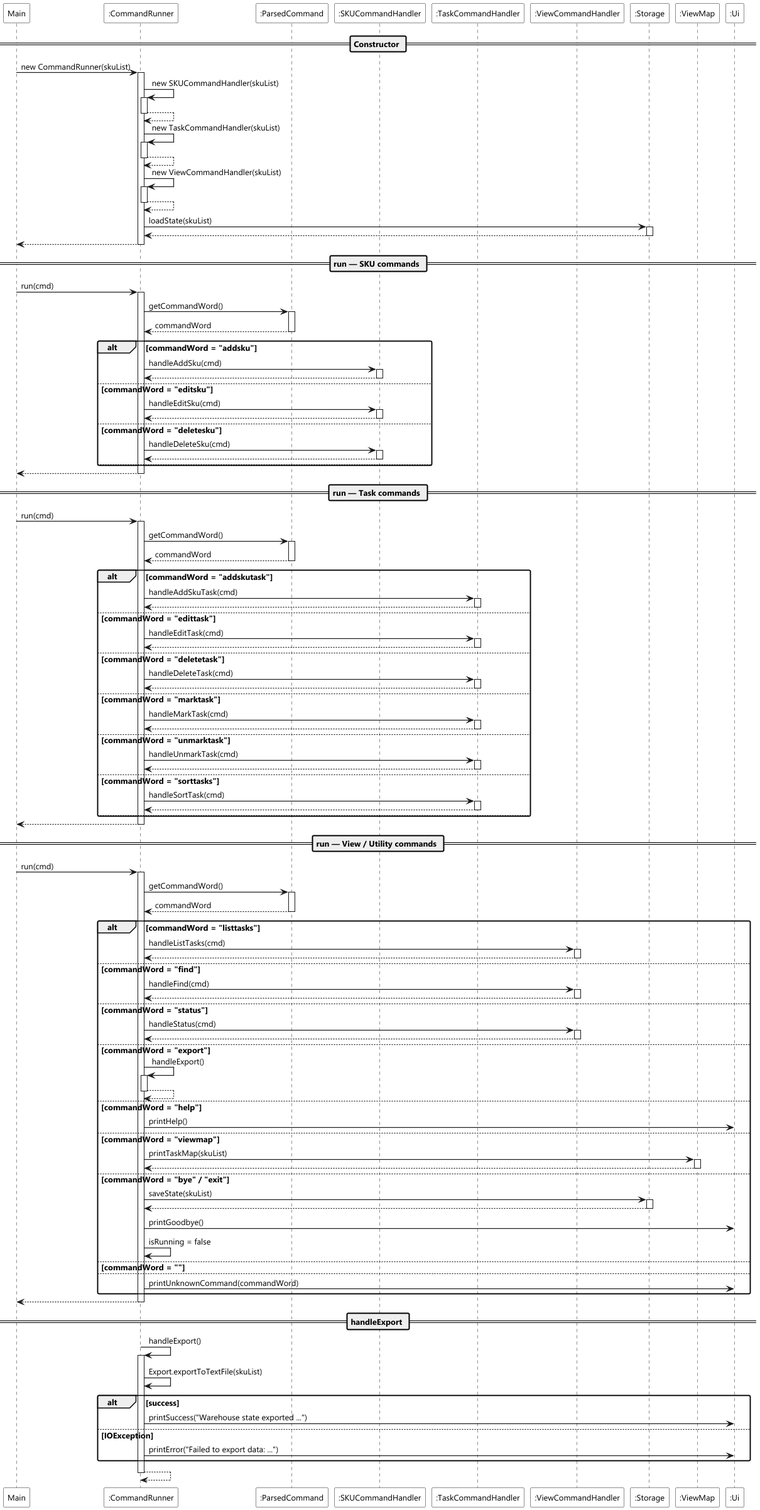
Before: docs/diagrams/command/commandRunnerSequence.png, a diagram exported from PlantUML (heehaw1234/tp).
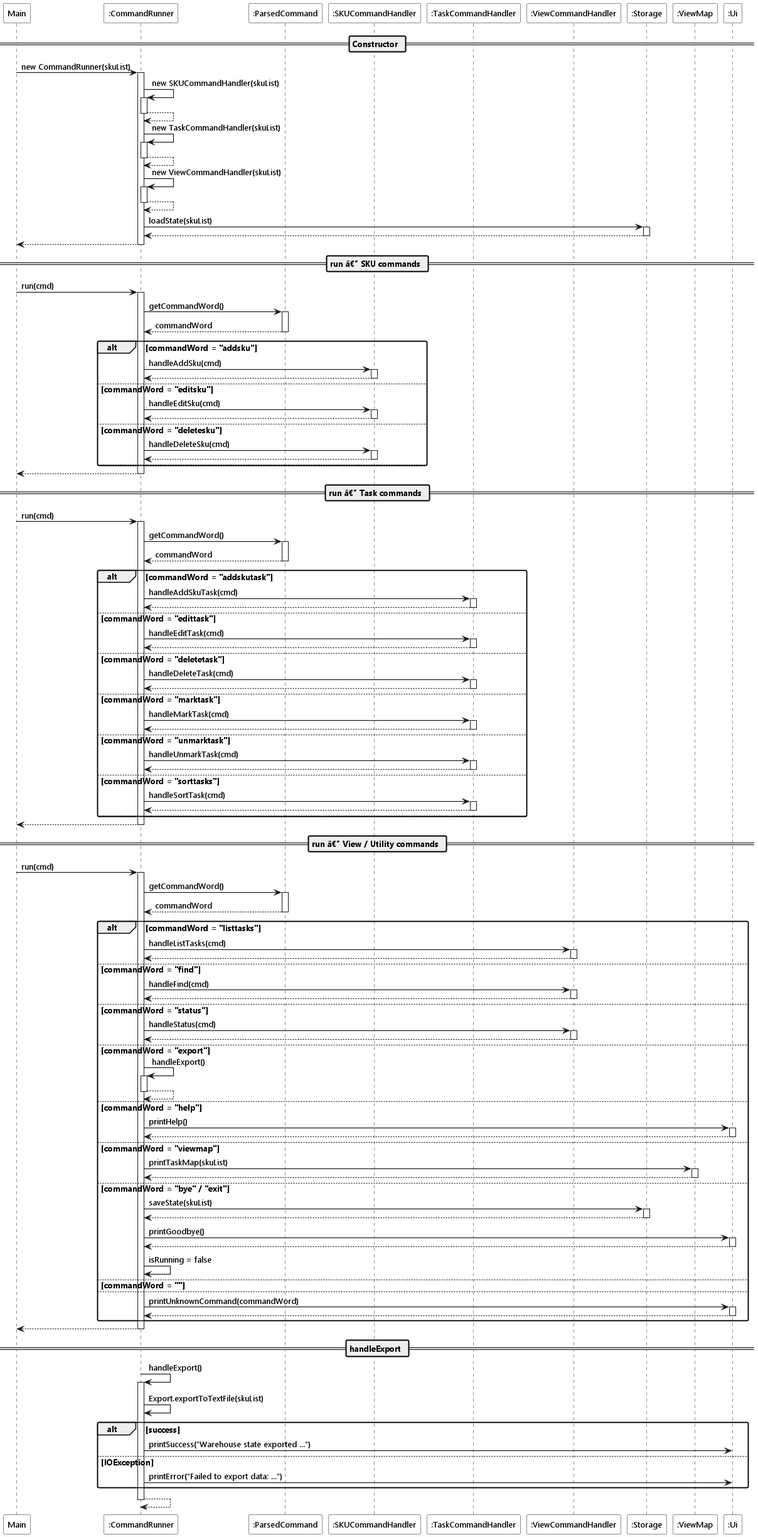
Later version of the same file.

What changed in the source:
```diff
@@ -27,7 +27,7 @@
 
 return
 
-== run — SKU commands ==
+== run â€” SKU commands ==
 
 main -> runner ++ : run(cmd)
 
@@ -48,7 +48,7 @@
 
 return
 
-== run — Task commands ==
+== run â€” Task commands ==
 
 main -> runner ++ : run(cmd)
 
@@ -78,7 +78,7 @@
 
 return
 
-== run — View / Utility commands ==
+== run â€” View / Utility commands ==
 
 main -> runner ++ : run(cmd)
 
@@ -98,19 +98,22 @@
     runner -> runner ++ : handleExport()
     return
 else commandWord = "help"
-    runner -> ui : printHelp()
+    runner -> ui ++ : printHelp()
+    return
 else commandWord = "viewmap"
     runner -> viewMap ++ : printTaskMap(skuList)
     return
 else commandWord = "bye" / "exit"
     runner -> storage ++ : saveState(skuList)
     return
-    runner -> ui : printGoodbye()
+    runner -> ui ++ : printGoodbye()
+    return
     runner -> runner : isRunning = false
 else commandWord = ""
     note right : no-op
 else
-    runner -> ui : printUnknownCommand(commandWord)
+    runner -> ui ++ : printUnknownCommand(commandWord)
+    return
 end
 
 return
```
